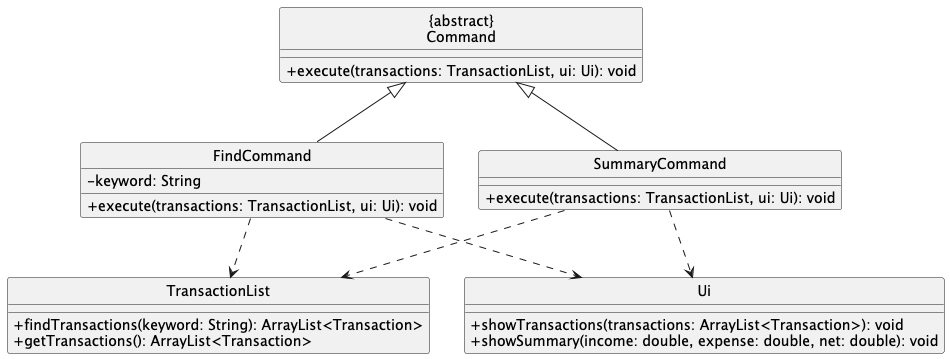
benthejarofmint/tp keeps this PlantUML diagram as docs/diagrams/FindSummaryClassDiagram.png. Above is the earlier version.
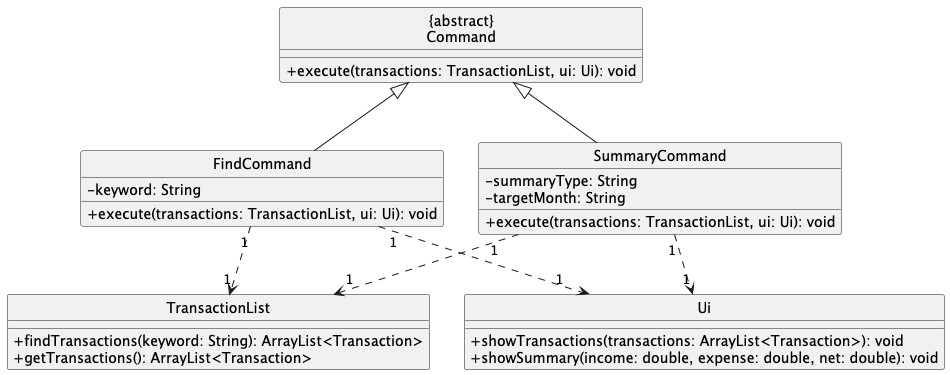
The same diagram one commit later.

Commit message:
Update Find Summary Class Diagram and it's PNG

Change to the diagram source:
```diff
@@ -12,6 +12,8 @@
 }
 
 class SummaryCommand {
+  -summaryType: String
+  -targetMonth: String
   +execute(transactions: TransactionList, ui: Ui): void
 }
 
@@ -27,9 +29,9 @@
 
 Command <|-- FindCommand
 Command <|-- SummaryCommand
-FindCommand ..> TransactionList
-FindCommand ..> Ui
-SummaryCommand ..> TransactionList
-SummaryCommand ..> Ui
+FindCommand "1" ..> "1" TransactionList
+FindCommand "1" ..> "1 "Ui
+SummaryCommand "1" ..> "1" TransactionList
+SummaryCommand "1" ..> "1" Ui
 
 @enduml
```
